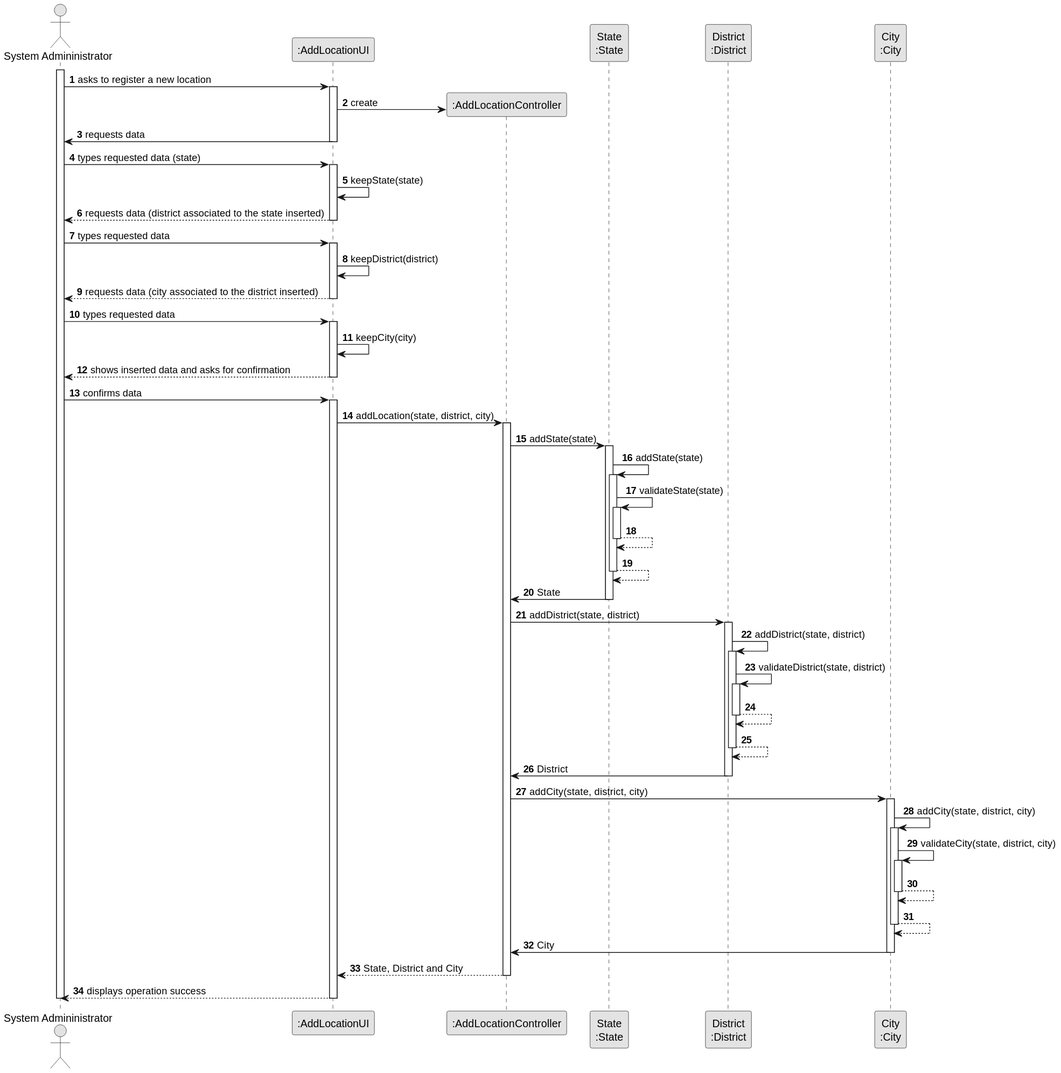
The PlantUML diagram docs/sprintB/US06/03.design/svg/us06-sequence-diagram-full.svg in PureNimble/ISEP-LAPR2, before a commit.
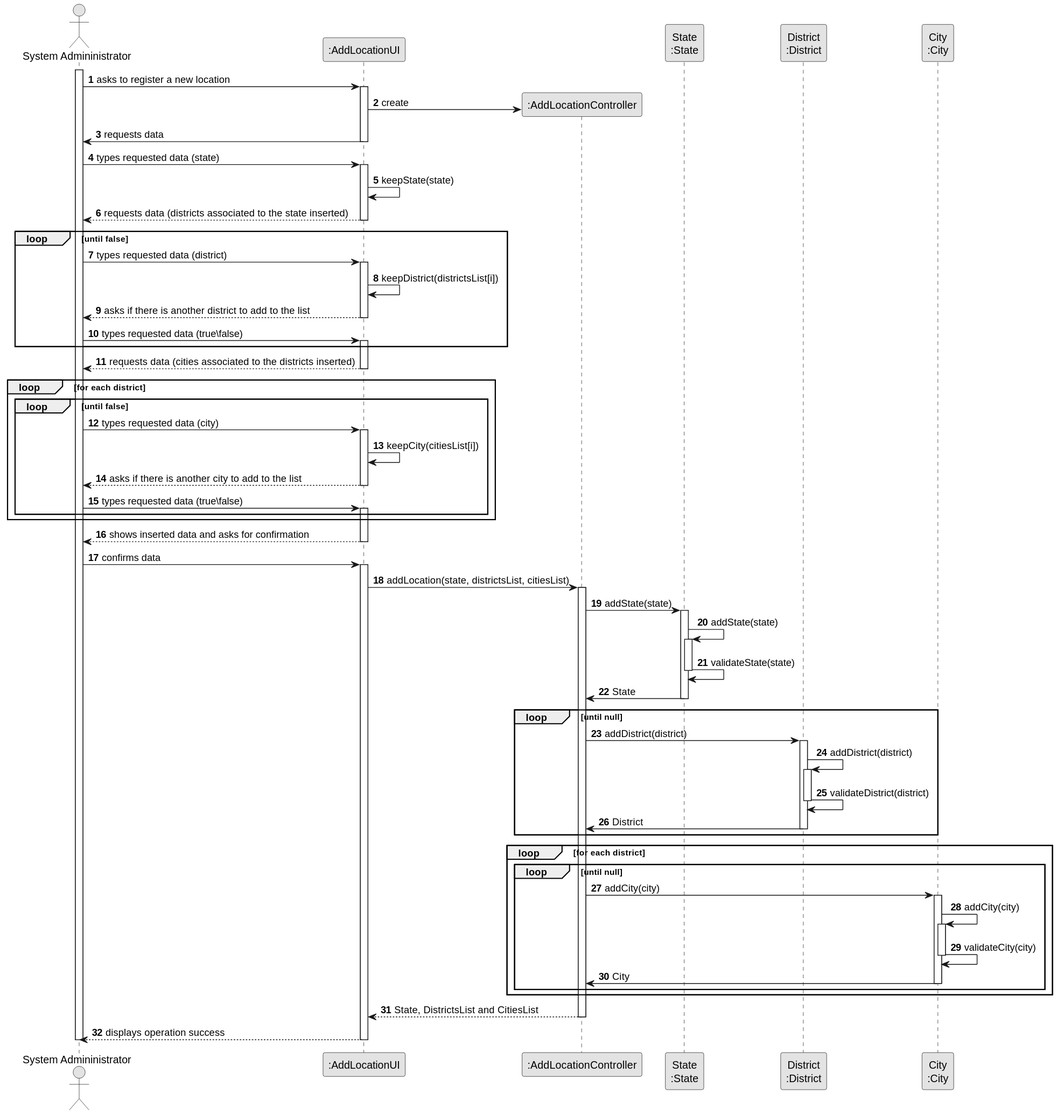
Above is the later version.

What changed in the source:
```diff
@@ -25,25 +25,40 @@
     Admin -> AddLocationUI : types requested data (state)
         activate AddLocationUI
                 AddLocationUI -> AddLocationUI : keepState(state)
-            AddLocationUI --> Admin :  requests data (district associated to the state inserted)
+            AddLocationUI --> Admin :  requests data (districts associated to the state inserted)
         deactivate AddLocationUI
+    loop until false
 
-    Admin -> AddLocationUI : types requested data
+    Admin -> AddLocationUI : types requested data (district)
         activate AddLocationUI
-                AddLocationUI -> AddLocationUI : keepDistrict(district)
-            AddLocationUI --> Admin :  requests data (city associated to the district inserted)
+
+        AddLocationUI -> AddLocationUI : keepDistrict(districtsList[i])
+        AddLocationUI --> Admin :  asks if there is another district to add to the list
         deactivate AddLocationUI
+    Admin -> AddLocationUI : types requested data (true\false)
+        activate AddLocationUI
+    end
+            AddLocationUI --> Admin :  requests data (cities associated to the districts inserted)
+        deactivate AddLocationUI
+    loop for each district
+        loop until false
+            Admin -> AddLocationUI : types requested data (city)
+            activate AddLocationUI
 
-    Admin -> AddLocationUI : types requested data
-        activate AddLocationUI
-                AddLocationUI -> AddLocationUI : keepCity(city)
-            AddLocationUI --> Admin : shows inserted data and asks for confirmation
+            AddLocationUI -> AddLocationUI : keepCity(citiesList[i])
+            AddLocationUI --> Admin :  asks if there is another city to add to the list
+            deactivate AddLocationUI
+        Admin -> AddLocationUI : types requested data (true\false)
+            activate AddLocationUI
+        end
+    end
+        AddLocationUI --> Admin : shows inserted data and asks for confirmation
         deactivate AddLocationUI
 
     Admin -> AddLocationUI : confirms data
     activate AddLocationUI
 
-        AddLocationUI -> AddLocationController : addLocation(state, district, city)
+        AddLocationUI -> AddLocationController : addLocation(state, districtsList, citiesList)
         activate AddLocationController
 
                 AddLocationController -> State : addState(state)
@@ -51,38 +66,32 @@
                         State -> State : addState(state)
                             activate State
                                 State -> State : validateState(state)
-                                    activate State
-                                        State --> State
-                                    deactivate State
-                                State --> State
                             deactivate State
                         State -> AddLocationController : State
                 deactivate State
-                AddLocationController -> District : addDistrict(state, district)
+                loop until null
+                AddLocationController -> District : addDistrict(district)
                 activate District
-                        District -> District : addDistrict(state, district)
+                        District -> District : addDistrict(district)
                             activate District
-                                District -> District : validateDistrict(state, district)
-                                    activate District
-                                        District --> District
-                                    deactivate District
-                                District --> District
+                                District -> District : validateDistrict(district)
                             deactivate District
                         District -> AddLocationController : District
                 deactivate District
-                AddLocationController -> City : addCity(state, district, city)
+                end
+                loop for each district
+                loop until null
+                AddLocationController -> City : addCity(city)
                 activate City
-                        City -> City : addCity(state, district, city)
+                        City -> City : addCity(city)
                             activate City
-                                City -> City : validateCity(state, district, city)
-                                    activate City
-                                        City --> City
-                                    deactivate City
-                                City --> City
+                                City -> City : validateCity(city)
                             deactivate City
                         City -> AddLocationController : City
                 deactivate City
-                AddLocationController --> AddLocationUI : State, District and City
+                end
+                end
+                AddLocationController --> AddLocationUI : State, DistrictsList and CitiesList
             deactivate AddLocationController
         AddLocationUI --> Admin : displays operation success
     deactivate AddLocationUI
```
